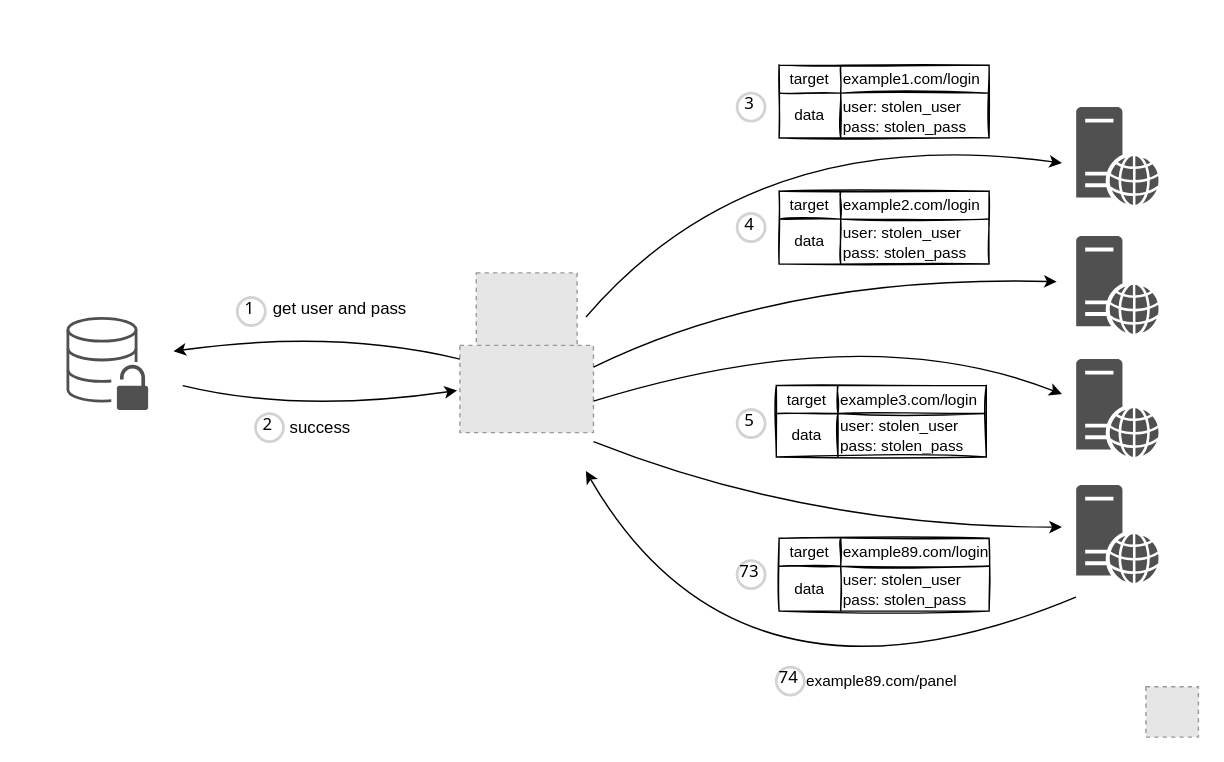
This is credential-stuffing.drawio from qeeqbox/credential-stuffing, a draw.io file, before an edit. Source tidied: cells renumbered, new cells numbered last; positions are measured from the earlier drawing's top-left corner, leaving out a move shared by most shapes. Both pictures are drawn from the tidied source at 140%, with x=0, y=0 at pixel (24, 24). Pictures stored in the file or linked from it are replaced by grey dashed boxes.
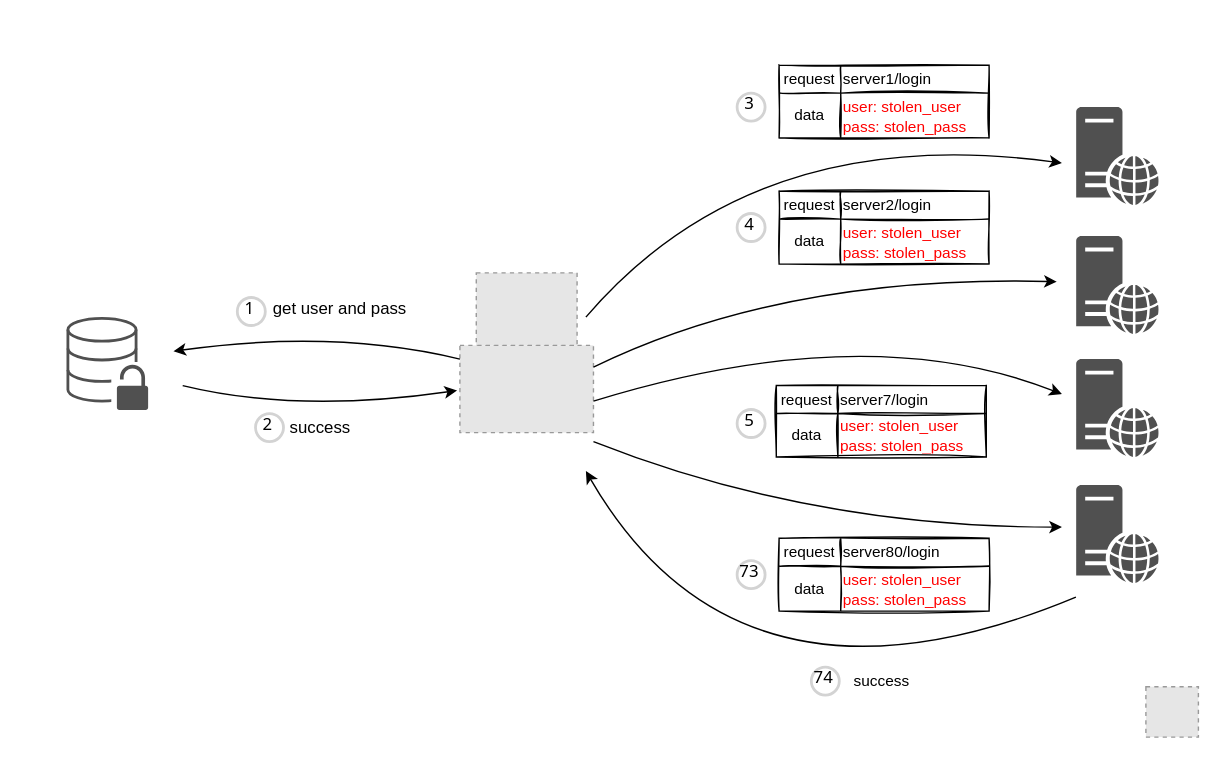
Above is the later version.

The change refers to these unchanged cells:
```xml
<mxCell id="20" style="shape=tableRow;horizontal=0;startSize=0;swimlaneHead=0;swimlaneBody=0;top=0;left=0;bottom=0;right=0;fillColor=none;" parent="19" vertex="1">
  <mxGeometry width="150" height="20" as="geometry" />
</mxCell>
<mxCell id="23" style="shape=tableRow;horizontal=0;startSize=0;swimlaneHead=0;swimlaneBody=0;top=0;left=0;bottom=0;right=0;fillColor=none;" parent="19" vertex="1">
  <mxGeometry y="20" width="150" height="32" as="geometry" />
</mxCell>
<mxCell id="31" style="shape=tableRow;horizontal=0;startSize=0;swimlaneHead=0;swimlaneBody=0;top=0;left=0;bottom=0;right=0;fillColor=none;" parent="30" vertex="1">
  <mxGeometry width="150" height="20" as="geometry" />
</mxCell>
<mxCell id="34" style="shape=tableRow;horizontal=0;startSize=0;swimlaneHead=0;swimlaneBody=0;top=0;left=0;bottom=0;right=0;fillColor=none;" parent="30" vertex="1">
  <mxGeometry y="20" width="150" height="32" as="geometry" />
</mxCell>
<mxCell id="38" style="shape=tableRow;horizontal=0;startSize=0;swimlaneHead=0;swimlaneBody=0;top=0;left=0;bottom=0;right=0;fillColor=none;" parent="37" vertex="1">
  <mxGeometry width="150" height="20" as="geometry" />
</mxCell>
<mxCell id="41" style="shape=tableRow;horizontal=0;startSize=0;swimlaneHead=0;swimlaneBody=0;top=0;left=0;bottom=0;right=0;fillColor=none;" parent="37" vertex="1">
  <mxGeometry y="20" width="150" height="31" as="geometry" />
</mxCell>
<mxCell id="45" style="shape=tableRow;horizontal=0;startSize=0;swimlaneHead=0;swimlaneBody=0;top=0;left=0;bottom=0;right=0;fillColor=none;" parent="44" vertex="1">
  <mxGeometry width="150" height="20" as="geometry" />
</mxCell>
<mxCell id="48" style="shape=tableRow;horizontal=0;startSize=0;swimlaneHead=0;swimlaneBody=0;top=0;left=0;bottom=0;right=0;fillColor=none;" parent="44" vertex="1">
  <mxGeometry y="20" width="150" height="32" as="geometry" />
</mxCell>
```

The edit, as a diff of the source:
```diff
@@
-    <mxCell id="21" value="&lt;font style=&quot;font-size: 11px&quot;&gt;target&lt;/font&gt;" style="shape=partialRectangle;html=1;whiteSpace=wrap;fillColor=none;top=0;left=0;bottom=0;right=0;overflow=hidden;" parent="20" vertex="1">
+    <mxCell id="21" value="&lt;font style=&quot;font-size: 11px&quot;&gt;request&lt;/font&gt;" style="shape=partialRectangle;html=1;whiteSpace=wrap;fillColor=none;top=0;left=0;bottom=0;right=0;overflow=hidden;" parent="20" vertex="1">
       <mxGeometry width="44" height="20" as="geometry" />
     </mxCell>
-    <mxCell id="22" value="&lt;span style=&quot;text-align: center&quot;&gt;&lt;font style=&quot;font-size: 11px&quot;&gt;example1.com/login&lt;/font&gt;&lt;/span&gt;" style="shape=partialRectangle;html=1;whiteSpace=wrap;fillColor=none;top=0;left=0;bottom=0;right=0;overflow=hidden;align=left;" parent="20" vertex="1">
+    <mxCell id="22" value="&lt;span style=&quot;text-align: center&quot;&gt;&lt;font style=&quot;font-size: 11px&quot;&gt;server1/login&lt;/font&gt;&lt;/span&gt;" style="shape=partialRectangle;html=1;whiteSpace=wrap;fillColor=none;top=0;left=0;bottom=0;right=0;overflow=hidden;align=left;" parent="20" vertex="1">
       <mxGeometry x="44" width="106" height="20" as="geometry" />
     </mxCell>
@@
-    <mxCell id="25" value="&lt;font style=&quot;font-size: 11px&quot;&gt;&lt;span&gt;user: stolen_user&lt;/span&gt;&lt;br&gt;&lt;span&gt;pass: stolen_pass&lt;/span&gt;&lt;/font&gt;" style="shape=partialRectangle;html=1;whiteSpace=wrap;fillColor=none;top=0;left=0;bottom=0;right=0;overflow=hidden;align=left;" parent="23" vertex="1">
+    <mxCell id="25" value="&lt;font style=&quot;font-size: 11px&quot; color=&quot;#ff0000&quot;&gt;&lt;span&gt;user: stolen_user&lt;/span&gt;&lt;br&gt;&lt;span&gt;pass: stolen_pass&lt;/span&gt;&lt;/font&gt;" style="shape=partialRectangle;html=1;whiteSpace=wrap;fillColor=none;top=0;left=0;bottom=0;right=0;overflow=hidden;align=left;" parent="23" vertex="1">
       <mxGeometry x="44" width="106" height="32" as="geometry" />
     </mxCell>
@@
-    <mxCell id="32" value="&lt;span style=&quot;font-size: 11px&quot;&gt;target&lt;/span&gt;" style="shape=partialRectangle;html=1;whiteSpace=wrap;fillColor=none;top=0;left=0;bottom=0;right=0;overflow=hidden;" parent="31" vertex="1">
+    <mxCell id="32" value="&lt;span style=&quot;font-size: 11px&quot;&gt;request&lt;/span&gt;" style="shape=partialRectangle;html=1;whiteSpace=wrap;fillColor=none;top=0;left=0;bottom=0;right=0;overflow=hidden;" parent="31" vertex="1">
       <mxGeometry width="44" height="20" as="geometry" />
     </mxCell>
-    <mxCell id="33" value="&lt;span style=&quot;text-align: center&quot;&gt;&lt;font style=&quot;font-size: 11px&quot;&gt;example2.com/login&lt;/font&gt;&lt;/span&gt;" style="shape=partialRectangle;html=1;whiteSpace=wrap;fillColor=none;top=0;left=0;bottom=0;right=0;overflow=hidden;align=left;" parent="31" vertex="1">
+    <mxCell id="33" value="&lt;span style=&quot;font-size: 11px ; text-align: center&quot;&gt;server2/login&lt;/span&gt;" style="shape=partialRectangle;html=1;whiteSpace=wrap;fillColor=none;top=0;left=0;bottom=0;right=0;overflow=hidden;align=left;" parent="31" vertex="1">
       <mxGeometry x="44" width="106" height="20" as="geometry" />
     </mxCell>
@@
-    <mxCell id="36" value="&lt;font style=&quot;font-size: 11px&quot;&gt;&lt;span&gt;user: stolen_user&lt;/span&gt;&lt;br&gt;&lt;span&gt;pass: stolen_pass&lt;/span&gt;&lt;/font&gt;" style="shape=partialRectangle;html=1;whiteSpace=wrap;fillColor=none;top=0;left=0;bottom=0;right=0;overflow=hidden;align=left;" parent="34" vertex="1">
+    <mxCell id="36" value="&lt;font style=&quot;font-size: 11px&quot; color=&quot;#ff0000&quot;&gt;&lt;span&gt;user: stolen_user&lt;/span&gt;&lt;br&gt;&lt;span&gt;pass: stolen_pass&lt;/span&gt;&lt;/font&gt;" style="shape=partialRectangle;html=1;whiteSpace=wrap;fillColor=none;top=0;left=0;bottom=0;right=0;overflow=hidden;align=left;" parent="34" vertex="1">
       <mxGeometry x="44" width="106" height="32" as="geometry" />
     </mxCell>
@@
-    <mxCell id="39" value="&lt;span style=&quot;font-size: 11px&quot;&gt;target&lt;/span&gt;" style="shape=partialRectangle;html=1;whiteSpace=wrap;fillColor=none;top=0;left=0;bottom=0;right=0;overflow=hidden;" parent="38" vertex="1">
+    <mxCell id="39" value="&lt;span style=&quot;font-size: 11px&quot;&gt;request&lt;/span&gt;" style="shape=partialRectangle;html=1;whiteSpace=wrap;fillColor=none;top=0;left=0;bottom=0;right=0;overflow=hidden;" parent="38" vertex="1">
       <mxGeometry width="44" height="20" as="geometry" />
     </mxCell>
-    <mxCell id="40" value="&lt;span style=&quot;text-align: center&quot;&gt;&lt;font style=&quot;font-size: 11px&quot;&gt;example3.com/login&lt;/font&gt;&lt;/span&gt;" style="shape=partialRectangle;html=1;whiteSpace=wrap;fillColor=none;top=0;left=0;bottom=0;right=0;overflow=hidden;align=left;" parent="38" vertex="1">
+    <mxCell id="40" value="&lt;span style=&quot;font-size: 11px ; text-align: center&quot;&gt;server7/login&lt;/span&gt;" style="shape=partialRectangle;html=1;whiteSpace=wrap;fillColor=none;top=0;left=0;bottom=0;right=0;overflow=hidden;align=left;" parent="38" vertex="1">
       <mxGeometry x="44" width="106" height="20" as="geometry" />
     </mxCell>
@@
-    <mxCell id="43" value="&lt;font style=&quot;font-size: 11px&quot;&gt;&lt;span&gt;user: stolen_user&lt;/span&gt;&lt;br&gt;&lt;span&gt;pass: stolen_pass&lt;/span&gt;&lt;/font&gt;" style="shape=partialRectangle;html=1;whiteSpace=wrap;fillColor=none;top=0;left=0;bottom=0;right=0;overflow=hidden;align=left;" parent="41" vertex="1">
+    <mxCell id="43" value="&lt;font style=&quot;font-size: 11px&quot; color=&quot;#ff0000&quot;&gt;&lt;span&gt;user: stolen_user&lt;/span&gt;&lt;br&gt;&lt;span&gt;pass: stolen_pass&lt;/span&gt;&lt;/font&gt;" style="shape=partialRectangle;html=1;whiteSpace=wrap;fillColor=none;top=0;left=0;bottom=0;right=0;overflow=hidden;align=left;" parent="41" vertex="1">
       <mxGeometry x="44" width="106" height="31" as="geometry" />
     </mxCell>
@@
-    <mxCell id="46" value="&lt;span style=&quot;font-size: 11px&quot;&gt;target&lt;/span&gt;" style="shape=partialRectangle;html=1;whiteSpace=wrap;fillColor=none;top=0;left=0;bottom=0;right=0;overflow=hidden;" parent="45" vertex="1">
+    <mxCell id="46" value="&lt;span style=&quot;font-size: 11px&quot;&gt;request&lt;/span&gt;" style="shape=partialRectangle;html=1;whiteSpace=wrap;fillColor=none;top=0;left=0;bottom=0;right=0;overflow=hidden;" parent="45" vertex="1">
       <mxGeometry width="44" height="20" as="geometry" />
     </mxCell>
-    <mxCell id="47" value="&lt;span style=&quot;text-align: center&quot;&gt;&lt;font style=&quot;font-size: 11px&quot;&gt;example89.com/login&lt;/font&gt;&lt;/span&gt;" style="shape=partialRectangle;html=1;whiteSpace=wrap;fillColor=none;top=0;left=0;bottom=0;right=0;overflow=hidden;align=left;" parent="45" vertex="1">
+    <mxCell id="47" value="&lt;span style=&quot;font-size: 11px ; text-align: center&quot;&gt;server80/login&lt;/span&gt;" style="shape=partialRectangle;html=1;whiteSpace=wrap;fillColor=none;top=0;left=0;bottom=0;right=0;overflow=hidden;align=left;" parent="45" vertex="1">
       <mxGeometry x="44" width="106" height="20" as="geometry" />
     </mxCell>
@@
-    <mxCell id="50" value="&lt;font style=&quot;font-size: 11px&quot;&gt;&lt;span&gt;user: stolen_user&lt;/span&gt;&lt;br&gt;&lt;span&gt;pass: stolen_pass&lt;/span&gt;&lt;/font&gt;" style="shape=partialRectangle;html=1;whiteSpace=wrap;fillColor=none;top=0;left=0;bottom=0;right=0;overflow=hidden;align=left;" parent="48" vertex="1">
+    <mxCell id="50" value="&lt;font style=&quot;font-size: 11px&quot; color=&quot;#ff0000&quot;&gt;&lt;span&gt;user: stolen_user&lt;/span&gt;&lt;br&gt;&lt;span&gt;pass: stolen_pass&lt;/span&gt;&lt;/font&gt;" style="shape=partialRectangle;html=1;whiteSpace=wrap;fillColor=none;top=0;left=0;bottom=0;right=0;overflow=hidden;align=left;" parent="48" vertex="1">
       <mxGeometry x="44" width="106" height="32" as="geometry" />
     </mxCell>
@@
-    <mxCell id="59" value="&lt;span style=&quot;font-size: 11px&quot;&gt;example89&lt;/span&gt;&lt;span style=&quot;font-size: 11px&quot;&gt;.com/panel&lt;/span&gt;" style="text;html=1;align=center;verticalAlign=middle;strokeColor=none;fillColor=none;" parent="1" vertex="1">
-      <mxGeometry x="552" y="459" width="120" height="20" as="geometry" />
+    <mxCell id="59" value="&lt;span style=&quot;font-size: 11px&quot;&gt;success&lt;/span&gt;" style="text;html=1;align=center;verticalAlign=middle;strokeColor=none;fillColor=none;" parent="1" vertex="1">
+      <mxGeometry x="582" y="459" width="60" height="20" as="geometry" />
     </mxCell>
     <mxCell id="60" value="74" style="ellipse;whiteSpace=wrap;html=1;strokeWidth=2;fontFamily=Tahoma;spacingBottom=4;spacingRight=2;strokeColor=#d3d3d3;" parent="1" vertex="1">
-      <mxGeometry x="537" y="459" width="20" height="20" as="geometry" />
+      <mxGeometry x="562" y="459" width="20" height="20" as="geometry" />
     </mxCell>
```
